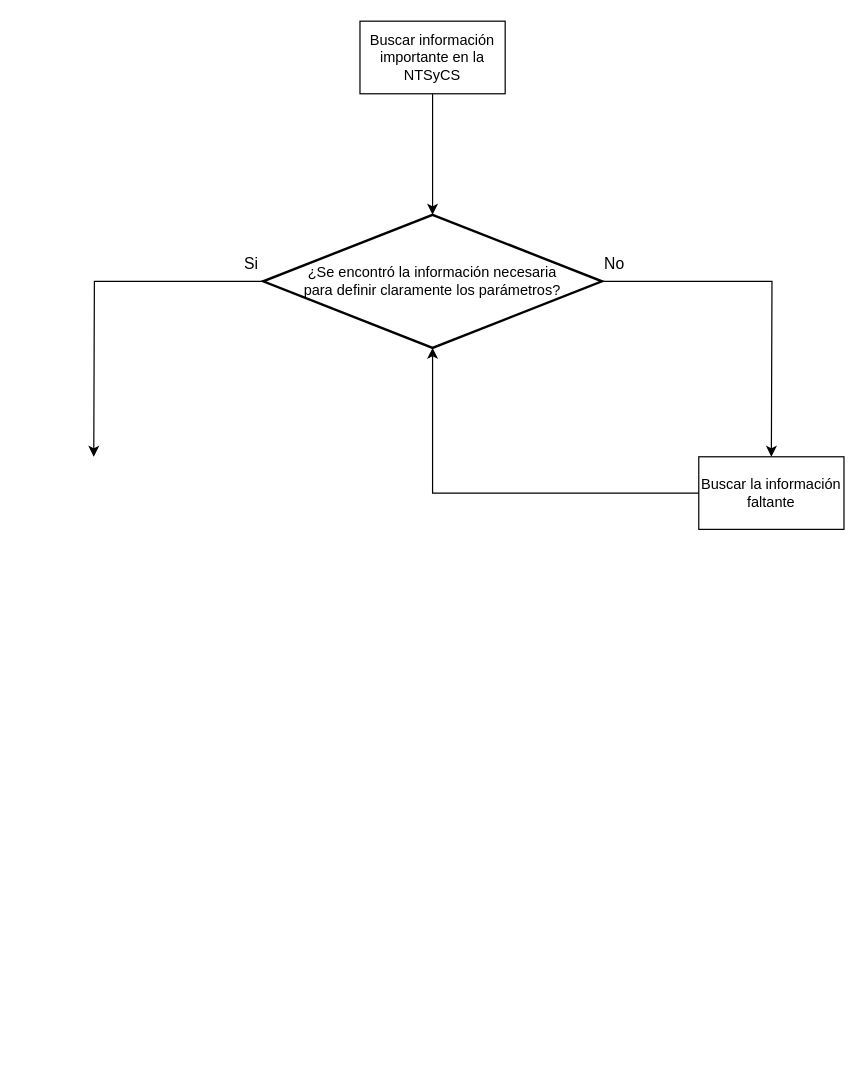
Above: Diagrama sin título.drawio in Reinaldo-usm/G1A_SEP1_S12024 (draw.io), before the change. Source tidied: cells renumbered, new cells numbered last; positions are measured from the earlier drawing's top-left corner, leaving out a move shared by most shapes. Both pictures are drawn from the tidied source at 121%, with x=0, y=0 at pixel (93, 21).
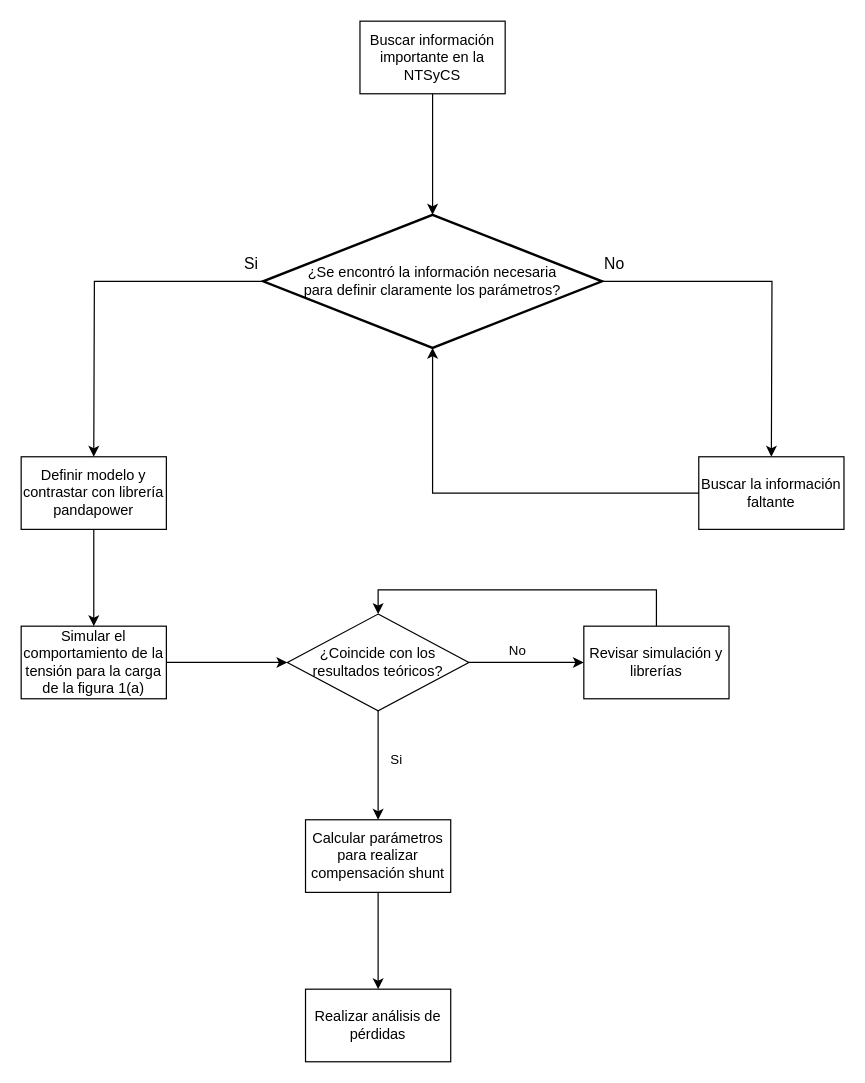
The same diagram, later.

Commit message:
Diagrama Tarea 1

What changed in the source:
```diff
@@
+    <mxCell id="9" style="edgeStyle=orthogonalEdgeStyle;rounded=0;jettySize=auto;html=1;" parent="1" edge="1" source="10" target="12">
+      <mxGeometry relative="1" as="geometry" />
+    </mxCell>
+    <mxCell id="10" value="Definir modelo y contrastar con librería pandapower" style="whiteSpace=wrap;html=1;" parent="1" vertex="1">
+      <mxGeometry x="-60" y="360" width="120" height="60" as="geometry" />
+    </mxCell>
+    <mxCell id="11" style="edgeStyle=orthogonalEdgeStyle;rounded=0;jettySize=auto;html=1;" parent="1" edge="1" source="12" target="15">
+      <mxGeometry relative="1" as="geometry" />
+    </mxCell>
+    <mxCell id="12" value="Simular el comportamiento de la tensión para la carga de la figura 1(a)" style="whiteSpace=wrap;html=1;" parent="1" vertex="1">
+      <mxGeometry x="-60" y="500" width="120" height="60" as="geometry" />
+    </mxCell>
+    <mxCell id="13" value="No" style="edgeStyle=orthogonalEdgeStyle;rounded=0;jettySize=auto;html=1;" parent="1" edge="1" source="15" target="17">
+      <mxGeometry x="-1" y="125" relative="1" as="geometry">
+        <mxPoint x="-10" y="-50" as="offset" />
+      </mxGeometry>
+    </mxCell>
+    <mxCell id="14" value="Si" style="edgeStyle=orthogonalEdgeStyle;rounded=0;jettySize=auto;html=1;" parent="1" edge="1" source="15" target="19">
+      <mxGeometry x="-1" y="-100" relative="1" as="geometry">
+        <mxPoint x="-60" y="-20" as="offset" />
+      </mxGeometry>
+    </mxCell>
+    <mxCell id="15" value="¿Coincide con los resultados teóricos?" style="rhombus;whiteSpace=wrap;html=1;" parent="1" vertex="1">
+      <mxGeometry x="160" y="490" width="150" height="80" as="geometry" />
+    </mxCell>
+    <mxCell id="16" style="edgeStyle=orthogonalEdgeStyle;rounded=0;jettySize=auto;html=1;" parent="1" edge="1" source="17" target="20">
+      <mxGeometry relative="1" as="geometry" />
+    </mxCell>
+    <mxCell id="17" value="Calcular parámetros para realizar compensación shunt" style="whiteSpace=wrap;html=1;" parent="1" vertex="1">
+      <mxGeometry x="175" y="660" width="120" height="60" as="geometry" />
+    </mxCell>
+    <mxCell id="18" style="edgeStyle=orthogonalEdgeStyle;rounded=0;jettySize=auto;html=1;entryX=0.5;entryY=0;entryDx=0;entryDy=0;" parent="1" edge="1" source="19" target="15">
+      <mxGeometry relative="1" as="geometry">
+        <Array as="points">
+          <mxPoint x="465" y="470" />
+          <mxPoint x="235" y="470" />
+        </Array>
+      </mxGeometry>
+    </mxCell>
+    <mxCell id="19" value="Revisar simulación y librerías" style="whiteSpace=wrap;html=1;" parent="1" vertex="1">
+      <mxGeometry x="405" y="500" width="120" height="60" as="geometry" />
+    </mxCell>
+    <mxCell id="20" value="Realizar análisis de pérdidas" style="whiteSpace=wrap;html=1;" parent="1" vertex="1">
+      <mxGeometry x="175" y="800" width="120" height="60" as="geometry" />
+    </mxCell>
```
